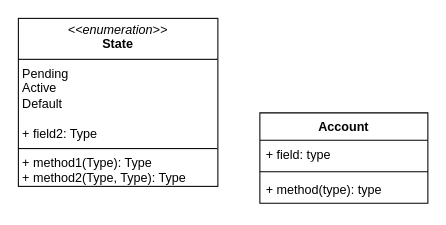
Earlier version of the draw.io diagram page "Page-3" (3 of 3) of workshop6_week7.drawio (antonykimuom/SWEN30006-2025-SM1-workshop1-tuew05-14-00-team-12). Source tidied: cells renumbered, new cells numbered last; positions are measured from the earlier drawing's top-left corner, leaving out a move shared by most shapes. Both pictures are drawn from the tidied source at 105%, with x=0, y=0 at pixel (18, 18).
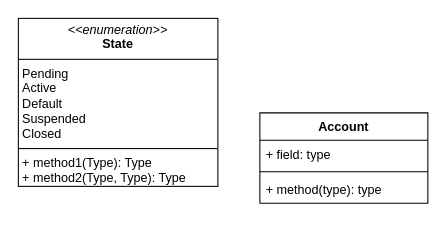
The same page after the edit.

Diff of the diagram source:
```diff
@@
 <mxGraphModel>
   <root>
     <mxCell id="0" />
     <mxCell id="1" parent="0" />
     <mxCell id="2" value="Account" style="swimlane;fontStyle=1;align=center;verticalAlign=top;horizontal=1;startSize=26;whiteSpace=wrap;html=1;" parent="1" vertex="1">
       <mxGeometry x="230" y="90" width="160" height="86" as="geometry" />
     </mxCell>
     <mxCell id="3" value="+ field: type" style="text;strokeColor=none;fillColor=none;align=left;verticalAlign=top;spacingLeft=4;spacingRight=4;overflow=hidden;whiteSpace=wrap;html=1;" parent="2" vertex="1">
       <mxGeometry y="26" width="160" height="26" as="geometry" />
     </mxCell>
     <mxCell id="4" style="line;strokeWidth=1;fillColor=none;align=left;verticalAlign=middle;spacingTop=-1;spacingLeft=3;spacingRight=3;labelPosition=right;strokeColor=inherit;" parent="2" vertex="1">
       <mxGeometry y="52" width="160" height="8" as="geometry" />
     </mxCell>
     <mxCell id="5" value="+ method(type): type" style="text;strokeColor=none;fillColor=none;align=left;verticalAlign=top;spacingLeft=4;spacingRight=4;overflow=hidden;whiteSpace=wrap;html=1;" parent="2" vertex="1">
       <mxGeometry y="60" width="160" height="26" as="geometry" />
     </mxCell>
-    <mxCell id="6" value="&lt;p style=&quot;margin:0px;margin-top:4px;text-align:center;&quot;&gt;&lt;i&gt;&amp;lt;&amp;lt;enumeration&amp;gt;&amp;gt;&lt;/i&gt;&lt;br&gt;&lt;b&gt;State&lt;/b&gt;&lt;/p&gt;&lt;hr size=&quot;1&quot; style=&quot;border-style:solid;&quot;&gt;&lt;p style=&quot;margin:0px;margin-left:4px;&quot;&gt;Pending&lt;/p&gt;&lt;p style=&quot;margin:0px;margin-left:4px;&quot;&gt;Active&lt;/p&gt;&lt;p style=&quot;margin:0px;margin-left:4px;&quot;&gt;Default&lt;/p&gt;&lt;p style=&quot;margin:0px;margin-left:4px;&quot;&gt;&lt;br&gt;+ field2: Type&lt;/p&gt;&lt;hr size=&quot;1&quot; style=&quot;border-style:solid;&quot;&gt;&lt;p style=&quot;margin:0px;margin-left:4px;&quot;&gt;+ method1(Type): Type&lt;br&gt;+ method2(Type, Type): Type&lt;/p&gt;" style="verticalAlign=top;align=left;overflow=fill;html=1;whiteSpace=wrap;" parent="1" vertex="1">
+    <mxCell id="6" value="&lt;p style=&quot;margin:0px;margin-top:4px;text-align:center;&quot;&gt;&lt;i&gt;&amp;lt;&amp;lt;enumeration&amp;gt;&amp;gt;&lt;/i&gt;&lt;br&gt;&lt;b&gt;State&lt;/b&gt;&lt;/p&gt;&lt;hr size=&quot;1&quot; style=&quot;border-style:solid;&quot;&gt;&lt;p style=&quot;margin:0px;margin-left:4px;&quot;&gt;Pending&lt;/p&gt;&lt;p style=&quot;margin:0px;margin-left:4px;&quot;&gt;Active&lt;/p&gt;&lt;p style=&quot;margin:0px;margin-left:4px;&quot;&gt;Default&lt;/p&gt;&lt;p style=&quot;margin:0px;margin-left:4px;&quot;&gt;Suspended&lt;/p&gt;&lt;p style=&quot;margin:0px;margin-left:4px;&quot;&gt;Closed&lt;/p&gt;&lt;hr size=&quot;1&quot; style=&quot;border-style:solid;&quot;&gt;&lt;p style=&quot;margin:0px;margin-left:4px;&quot;&gt;+ method1(Type): Type&lt;br&gt;+ method2(Type, Type): Type&lt;/p&gt;" style="verticalAlign=top;align=left;overflow=fill;html=1;whiteSpace=wrap;" parent="1" vertex="1">
       <mxGeometry width="190" height="160" as="geometry" />
     </mxCell>
   </root>
 </mxGraphModel>
```
